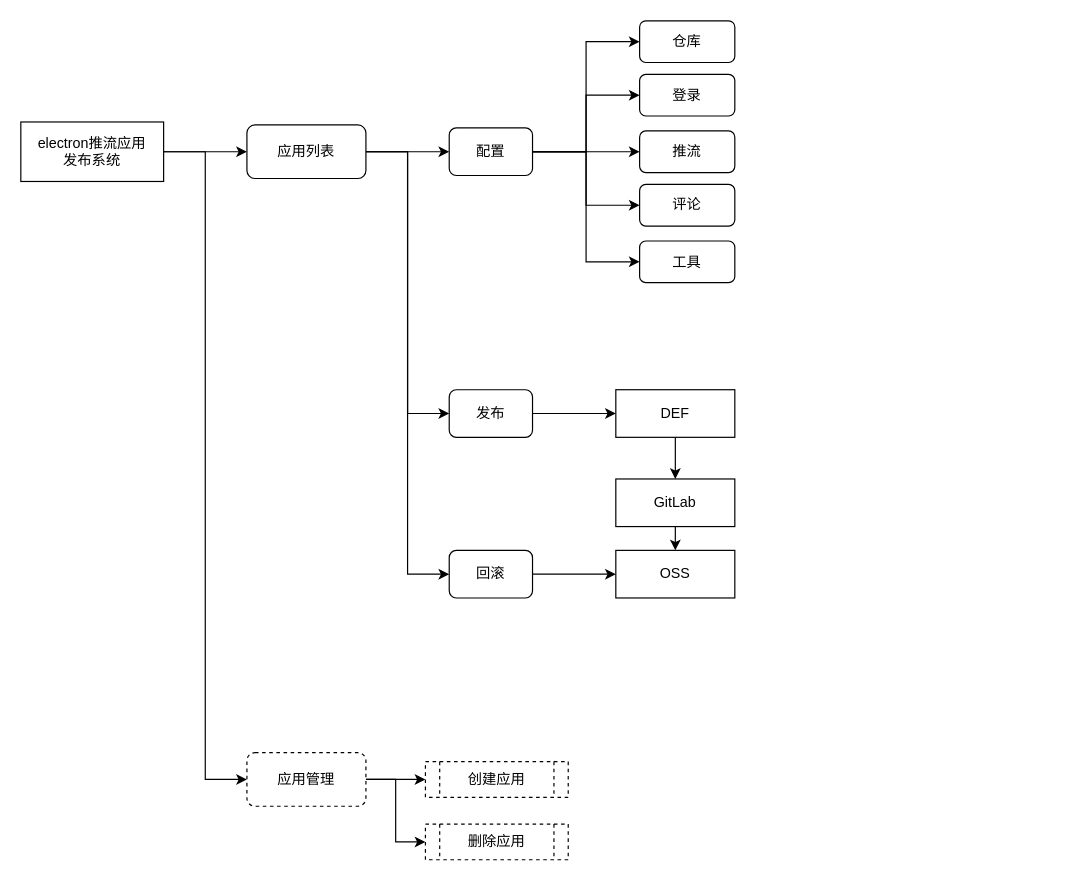
git-zhanglei/gitskills keeps this draw.io diagram as publish.drawio. Above is the earlier version. Source tidied: cells renumbered, new cells numbered last; positions are measured from the earlier drawing's top-left corner, leaving out a move shared by most shapes. Both pictures are drawn from the tidied source at 119%, with x=0, y=0 at pixel (20, 20).
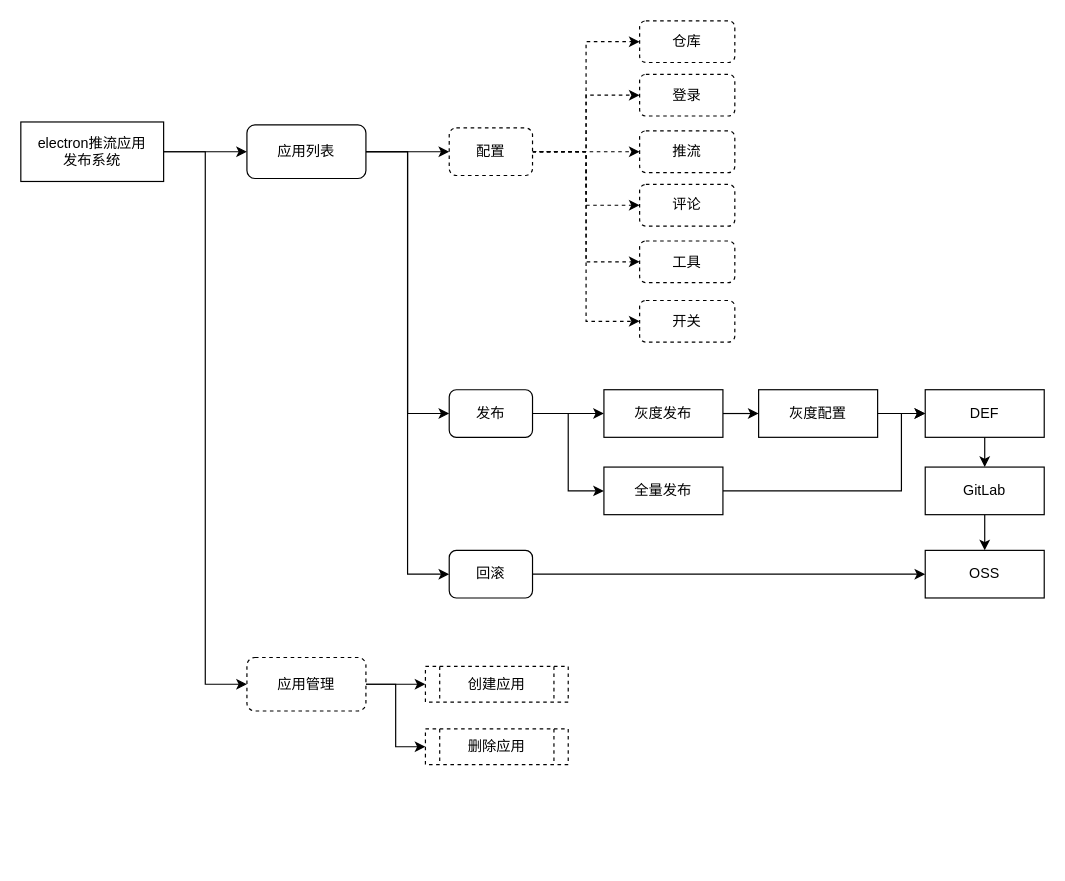
The same diagram, later.

The change refers to these unchanged cells:
```xml
<mxCell id="9" value="发布" style="rounded=1;whiteSpace=wrap;html=1;" parent="1" vertex="1">
  <mxGeometry x="360" y="310" width="70" height="40" as="geometry" />
</mxCell>
```

The edit, as a diff of the source:
```diff
@@
     <mxCell id="6" value="DEF" style="rounded=0;whiteSpace=wrap;html=1;" parent="1" vertex="1">
-      <mxGeometry x="500" y="310" width="100" height="40" as="geometry" />
+      <mxGeometry x="760" y="310" width="100" height="40" as="geometry" />
     </mxCell>
     <mxCell id="7" value="OSS" style="rounded=0;whiteSpace=wrap;html=1;" parent="1" vertex="1">
-      <mxGeometry x="500" y="445" width="100" height="40" as="geometry" />
+      <mxGeometry x="760" y="445" width="100" height="40" as="geometry" />
     </mxCell>
-    <mxCell id="8" style="edgeStyle=orthogonalEdgeStyle;rounded=0;jettySize=auto;html=1;exitX=1;exitY=0.5;exitDx=0;exitDy=0;" parent="1" edge="1" source="9" target="6">
-      <mxGeometry relative="1" as="geometry" />
-    </mxCell>
+    <mxCell id="34" style="edgeStyle=orthogonalEdgeStyle;rounded=0;jettySize=auto;html=1;exitX=1;exitY=0.5;exitDx=0;exitDy=0;entryX=0;entryY=0.5;entryDx=0;entryDy=0;" parent="1" edge="1" source="9" target="39">
+      <mxGeometry relative="1" as="geometry" />
+    </mxCell>
+    <mxCell id="35" style="edgeStyle=orthogonalEdgeStyle;rounded=0;jettySize=auto;html=1;exitX=1;exitY=0.5;exitDx=0;exitDy=0;entryX=0;entryY=0.5;entryDx=0;entryDy=0;" parent="1" edge="1" source="9" target="41">
+      <mxGeometry relative="1" as="geometry" />
+    </mxCell>
@@
     <mxCell id="13" value="GitLab" style="rounded=0;whiteSpace=wrap;html=1;" parent="1" vertex="1">
-      <mxGeometry x="500" y="385" width="100" height="40" as="geometry" />
+      <mxGeometry x="760" y="375" width="100" height="40" as="geometry" />
     </mxCell>
-    <mxCell id="14" style="edgeStyle=orthogonalEdgeStyle;rounded=0;jettySize=auto;html=1;exitX=1;exitY=0.5;exitDx=0;exitDy=0;entryX=0;entryY=0.5;entryDx=0;entryDy=0;" parent="1" edge="1" source="19" target="31">
+    <mxCell id="14" style="edgeStyle=orthogonalEdgeStyle;rounded=0;jettySize=auto;html=1;exitX=1;exitY=0.5;exitDx=0;exitDy=0;entryX=0;entryY=0.5;entryDx=0;entryDy=0;dashed=1;" parent="1" edge="1" source="19" target="31">
       <mxGeometry relative="1" as="geometry" />
     </mxCell>
-    <mxCell id="15" style="edgeStyle=orthogonalEdgeStyle;rounded=0;jettySize=auto;html=1;exitX=1;exitY=0.5;exitDx=0;exitDy=0;entryX=0;entryY=0.5;entryDx=0;entryDy=0;" parent="1" edge="1" source="19" target="20">
+    <mxCell id="15" style="edgeStyle=orthogonalEdgeStyle;rounded=0;jettySize=auto;html=1;exitX=1;exitY=0.5;exitDx=0;exitDy=0;entryX=0;entryY=0.5;entryDx=0;entryDy=0;dashed=1;" parent="1" edge="1" source="19" target="20">
       <mxGeometry relative="1" as="geometry" />
     </mxCell>
-    <mxCell id="16" style="edgeStyle=orthogonalEdgeStyle;rounded=0;jettySize=auto;html=1;exitX=1;exitY=0.5;exitDx=0;exitDy=0;entryX=0;entryY=0.5;entryDx=0;entryDy=0;" parent="1" edge="1" source="19" target="22">
+    <mxCell id="16" style="edgeStyle=orthogonalEdgeStyle;rounded=0;jettySize=auto;html=1;exitX=1;exitY=0.5;exitDx=0;exitDy=0;entryX=0;entryY=0.5;entryDx=0;entryDy=0;dashed=1;" parent="1" edge="1" source="19" target="22">
       <mxGeometry relative="1" as="geometry" />
     </mxCell>
-    <mxCell id="17" style="edgeStyle=orthogonalEdgeStyle;rounded=0;jettySize=auto;html=1;exitX=1;exitY=0.5;exitDx=0;exitDy=0;entryX=0;entryY=0.5;entryDx=0;entryDy=0;" parent="1" edge="1" source="19" target="23">
+    <mxCell id="17" style="edgeStyle=orthogonalEdgeStyle;rounded=0;jettySize=auto;html=1;exitX=1;exitY=0.5;exitDx=0;exitDy=0;entryX=0;entryY=0.5;entryDx=0;entryDy=0;dashed=1;" parent="1" edge="1" source="19" target="23">
       <mxGeometry relative="1" as="geometry" />
     </mxCell>
-    <mxCell id="18" style="edgeStyle=orthogonalEdgeStyle;rounded=0;jettySize=auto;html=1;exitX=1;exitY=0.5;exitDx=0;exitDy=0;entryX=0;entryY=0.5;entryDx=0;entryDy=0;" parent="1" edge="1" source="19" target="21">
+    <mxCell id="18" style="edgeStyle=orthogonalEdgeStyle;rounded=0;jettySize=auto;html=1;exitX=1;exitY=0.5;exitDx=0;exitDy=0;entryX=0;entryY=0.5;entryDx=0;entryDy=0;dashed=1;" parent="1" edge="1" source="19" target="21">
       <mxGeometry relative="1" as="geometry" />
     </mxCell>
+    <mxCell id="36" style="edgeStyle=orthogonalEdgeStyle;rounded=0;jettySize=auto;html=1;exitX=1;exitY=0.5;exitDx=0;exitDy=0;entryX=0;entryY=0.5;entryDx=0;entryDy=0;dashed=1;" parent="1" edge="1" source="19" target="37">
+      <mxGeometry relative="1" as="geometry" />
+    </mxCell>
-    <mxCell id="19" value="配置" style="rounded=1;whiteSpace=wrap;html=1;" parent="1" vertex="1">
+    <mxCell id="19" value="配置" style="rounded=1;whiteSpace=wrap;html=1;dashed=1;" parent="1" vertex="1">
       <mxGeometry x="360" y="90" width="70" height="40" as="geometry" />
     </mxCell>
-    <mxCell id="20" value="登录" style="rounded=1;whiteSpace=wrap;html=1;" parent="1" vertex="1">
+    <mxCell id="20" value="登录" style="rounded=1;whiteSpace=wrap;html=1;dashed=1;" parent="1" vertex="1">
       <mxGeometry x="520" y="45" width="80" height="35" as="geometry" />
     </mxCell>
-    <mxCell id="21" value="工具" style="rounded=1;whiteSpace=wrap;html=1;" parent="1" vertex="1">
+    <mxCell id="21" value="工具" style="rounded=1;whiteSpace=wrap;html=1;dashed=1;" parent="1" vertex="1">
       <mxGeometry x="520" y="185" width="80" height="35" as="geometry" />
     </mxCell>
-    <mxCell id="22" value="推流" style="rounded=1;whiteSpace=wrap;html=1;" parent="1" vertex="1">
+    <mxCell id="22" value="推流" style="rounded=1;whiteSpace=wrap;html=1;dashed=1;" parent="1" vertex="1">
       <mxGeometry x="520" y="92.5" width="80" height="35" as="geometry" />
     </mxCell>
-    <mxCell id="23" value="评论" style="rounded=1;whiteSpace=wrap;html=1;" parent="1" vertex="1">
+    <mxCell id="23" value="评论" style="rounded=1;whiteSpace=wrap;html=1;dashed=1;" parent="1" vertex="1">
       <mxGeometry x="520" y="137.5" width="80" height="35" as="geometry" />
     </mxCell>
@@
     <mxCell id="28" style="edgeStyle=orthogonalEdgeStyle;rounded=0;jettySize=auto;html=1;" parent="1" edge="1" source="30">
       <mxGeometry relative="1" as="geometry">
-        <mxPoint x="340" y="637.5" as="targetPoint" />
+        <mxPoint x="340" y="557.5" as="targetPoint" />
       </mxGeometry>
     </mxCell>
@@
     <mxCell id="30" value="应用管理" style="rounded=1;whiteSpace=wrap;html=1;dashed=1;" parent="1" vertex="1">
-      <mxGeometry x="190" y="615" width="100" height="45" as="geometry" />
+      <mxGeometry x="190" y="535" width="100" height="45" as="geometry" />
     </mxCell>
-    <mxCell id="31" value="仓库" style="rounded=1;whiteSpace=wrap;html=1;" parent="1" vertex="1">
+    <mxCell id="31" value="仓库" style="rounded=1;whiteSpace=wrap;html=1;dashed=1;" parent="1" vertex="1">
       <mxGeometry x="520" width="80" height="35" as="geometry" />
     </mxCell>
     <mxCell id="32" value="创建应用" style="shape=process;whiteSpace=wrap;html=1;backgroundOutline=1;dashed=1;" parent="1" vertex="1">
-      <mxGeometry x="340" y="622.5" width="120" height="30" as="geometry" />
+      <mxGeometry x="340" y="542.5" width="120" height="30" as="geometry" />
     </mxCell>
     <mxCell id="33" value="删除应用" style="shape=process;whiteSpace=wrap;html=1;backgroundOutline=1;dashed=1;" parent="1" vertex="1">
-      <mxGeometry x="340" y="675" width="120" height="30" as="geometry" />
+      <mxGeometry x="340" y="595" width="120" height="30" as="geometry" />
     </mxCell>
+    <mxCell id="37" value="开关" style="rounded=1;whiteSpace=wrap;html=1;dashed=1;" parent="1" vertex="1">
+      <mxGeometry x="520" y="235" width="80" height="35" as="geometry" />
+    </mxCell>
+    <mxCell id="38" style="edgeStyle=orthogonalEdgeStyle;rounded=0;jettySize=auto;html=1;exitX=1;exitY=0.5;exitDx=0;exitDy=0;entryX=0;entryY=0.5;entryDx=0;entryDy=0;" parent="1" edge="1" source="39" target="43">
+      <mxGeometry relative="1" as="geometry" />
+    </mxCell>
+    <mxCell id="39" value="灰度发布" style="rounded=0;whiteSpace=wrap;html=1;" parent="1" vertex="1">
+      <mxGeometry x="490" y="310" width="100" height="40" as="geometry" />
+    </mxCell>
+    <mxCell id="40" style="edgeStyle=orthogonalEdgeStyle;rounded=0;jettySize=auto;html=1;exitX=1;exitY=0.5;exitDx=0;exitDy=0;entryX=0;entryY=0.5;entryDx=0;entryDy=0;" parent="1" edge="1" source="41" target="6">
+      <mxGeometry relative="1" as="geometry">
+        <Array as="points">
+          <mxPoint x="740" y="395" />
+          <mxPoint x="740" y="330" />
+        </Array>
+      </mxGeometry>
+    </mxCell>
+    <mxCell id="41" value="全量发布" style="rounded=0;whiteSpace=wrap;html=1;" parent="1" vertex="1">
+      <mxGeometry x="490" y="375" width="100" height="40" as="geometry" />
+    </mxCell>
+    <mxCell id="42" style="edgeStyle=orthogonalEdgeStyle;rounded=0;jettySize=auto;html=1;exitX=1;exitY=0.5;exitDx=0;exitDy=0;" parent="1" edge="1" source="43">
+      <mxGeometry relative="1" as="geometry">
+        <mxPoint x="760" y="330" as="targetPoint" />
+      </mxGeometry>
+    </mxCell>
+    <mxCell id="43" value="灰度配置" style="rounded=0;whiteSpace=wrap;html=1;" parent="1" vertex="1">
+      <mxGeometry x="620" y="310" width="100" height="40" as="geometry" />
+    </mxCell>
```
